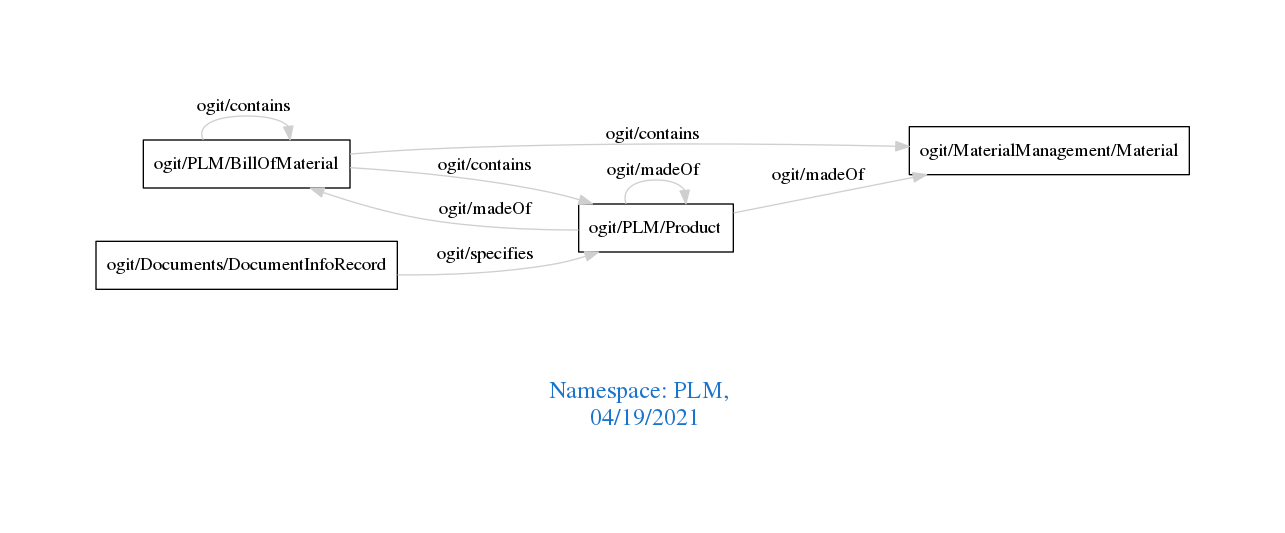
The Graphviz diagram downloads/PLM.png in arago/OGIT, before a commit. Its source is kept beside it as downloads/PLM.dot. Source of this version:
```dot
digraph OGIT_ontology {
 graph [ rankdir= LR,pad=1
fontsize = 18,
fontcolor= dodgerblue3,label = "\n\n\nNamespace: PLM, \n 04/19/2021"];
node[shape=polygon];
edge [  color="gray81"];

   "ogit/PLM/BillOfMaterial" -> "ogit/PLM/Product" [label="   ogit/contains    "];
   "ogit/PLM/BillOfMaterial" -> "ogit/MaterialManagement/Material" [label="   ogit/contains    "];
   "ogit/Documents/DocumentInfoRecord" -> "ogit/PLM/Product" [label="   ogit/specifies    "];
   "ogit/PLM/Product" -> "ogit/PLM/BillOfMaterial" [label="   ogit/madeOf    "];
   "ogit/PLM/Product" -> "ogit/MaterialManagement/Material" [label="   ogit/madeOf    "];
   "ogit/PLM/BillOfMaterial" -> "ogit/PLM/BillOfMaterial" [label="   ogit/contains    "];
   "ogit/PLM/Product" -> "ogit/PLM/Product" [label="   ogit/madeOf    "];
}
```
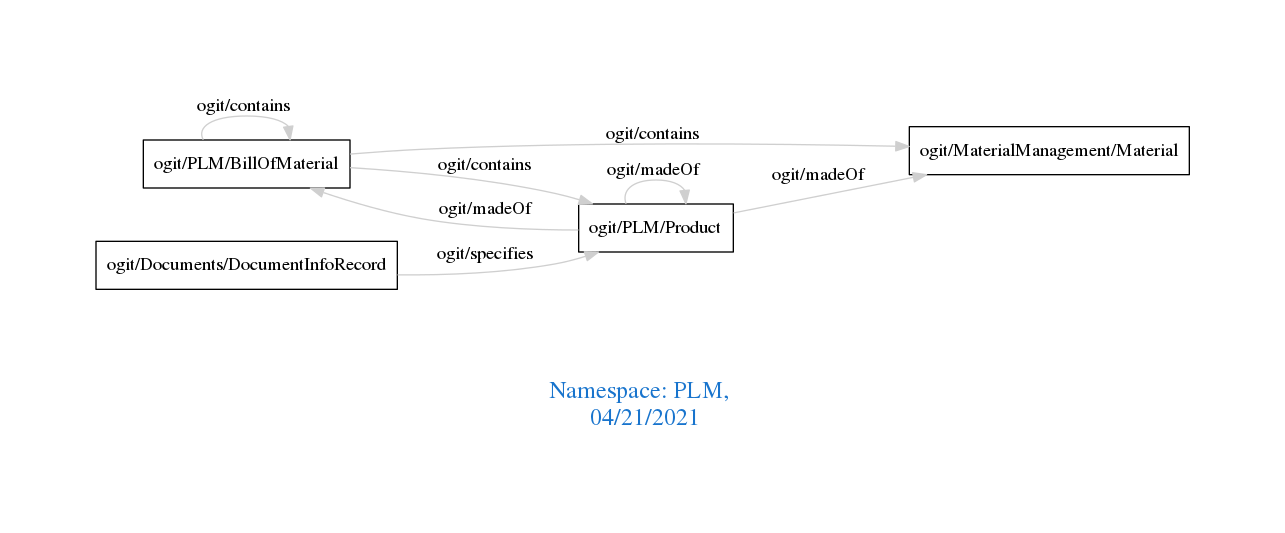
After the change.

Diff of the diagram source:
```diff
@@ -1,7 +1,7 @@
 digraph OGIT_ontology {
  graph [ rankdir= LR,pad=1
 fontsize = 18,
-fontcolor= dodgerblue3,label = "\n\n\nNamespace: PLM, \n 04/19/2021"];
+fontcolor= dodgerblue3,label = "\n\n\nNamespace: PLM, \n 04/21/2021"];
 node[shape=polygon];
 edge [  color="gray81"];
 
```
